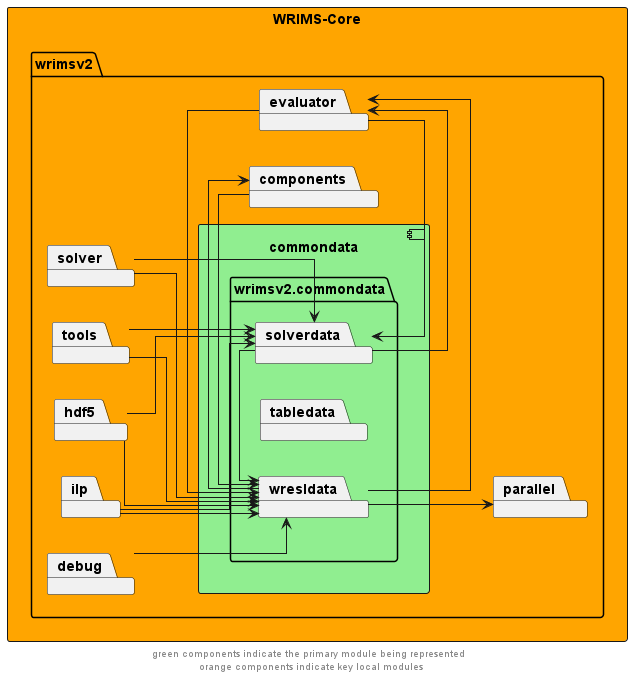
CentralValleyModeling/wrims keeps this PlantUML diagram as docs/diagrams/wrims-core/wrims-core_commondata.png. Above is the earlier version. Source of this version:
```plantuml
@startuml
left to right direction
skinparam linetype ortho

rectangle wrims_core as "WRIMS-Core" #orange {
    package wrimsv2 {
        component commondata #lightgreen {
            package wrimsv2.commondata{
                package tabledata
                package solverdata
                package wresldata
            }
        }
        package debug
        package evaluator
        package parallel
        package components
        package hdf5
        package ilp
        package solver
        package tools

    }
}

wresldata --> parallel
debug --> wresldata
solverdata -l-> wresldata
evaluator --> solverdata
solverdata -r-> evaluator
wresldata --> evaluator
evaluator --> wresldata
wresldata --> components
components --> wresldata
hdf5 -d-> solverdata
hdf5 -d-> wresldata
ilp --> solverdata
ilp --> wresldata
solver --> wresldata
solver --> solverdata
tools --> wresldata
tools --> solverdata

components -l[hidden] wrimsv2.commondata
evaluator -d[hidden]-> tabledata
evaluator -l[hidden]-> wrimsv2.commondata

footer "green components indicate the primary module being represented \n orange components indicate key local modules"
@enduml
```
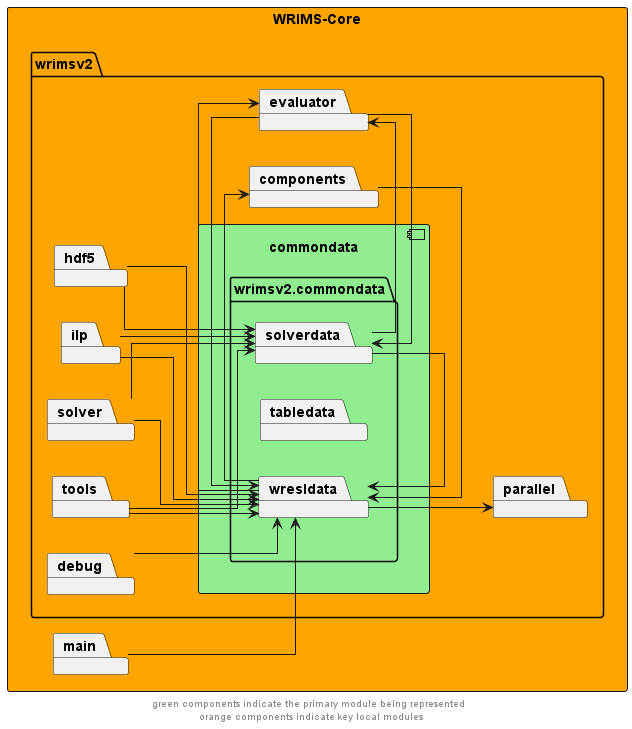
The same file after the commit.

Diff of the diagram source:
```diff
@@ -21,6 +21,7 @@
         package tools
 
     }
+package main
 }
 
 wresldata --> parallel
@@ -40,6 +41,7 @@
 solver --> solverdata
 tools --> wresldata
 tools --> solverdata
+main --> wresldata
 
 components -l[hidden] wrimsv2.commondata
 evaluator -d[hidden]-> tabledata
```
